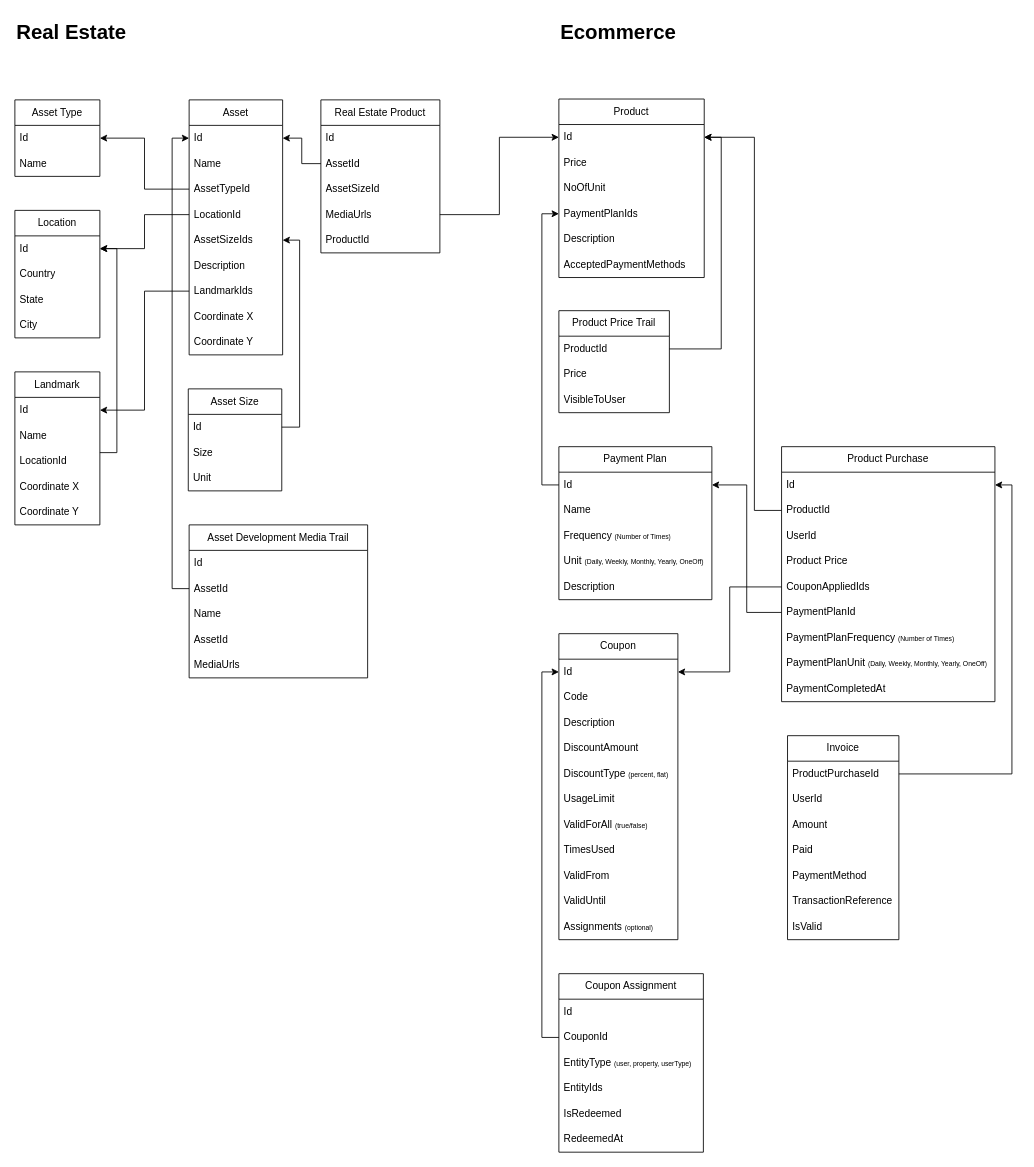
The draw.io diagram sellperty.drawio in isaac-code/diagrams, before the edit. Source tidied: cells renumbered, new cells numbered last; positions are measured from the earlier drawing's top-left corner, leaving out a move shared by most shapes. Both pictures are drawn from the tidied source at 85%, with x=0, y=0 at pixel (14, 14).
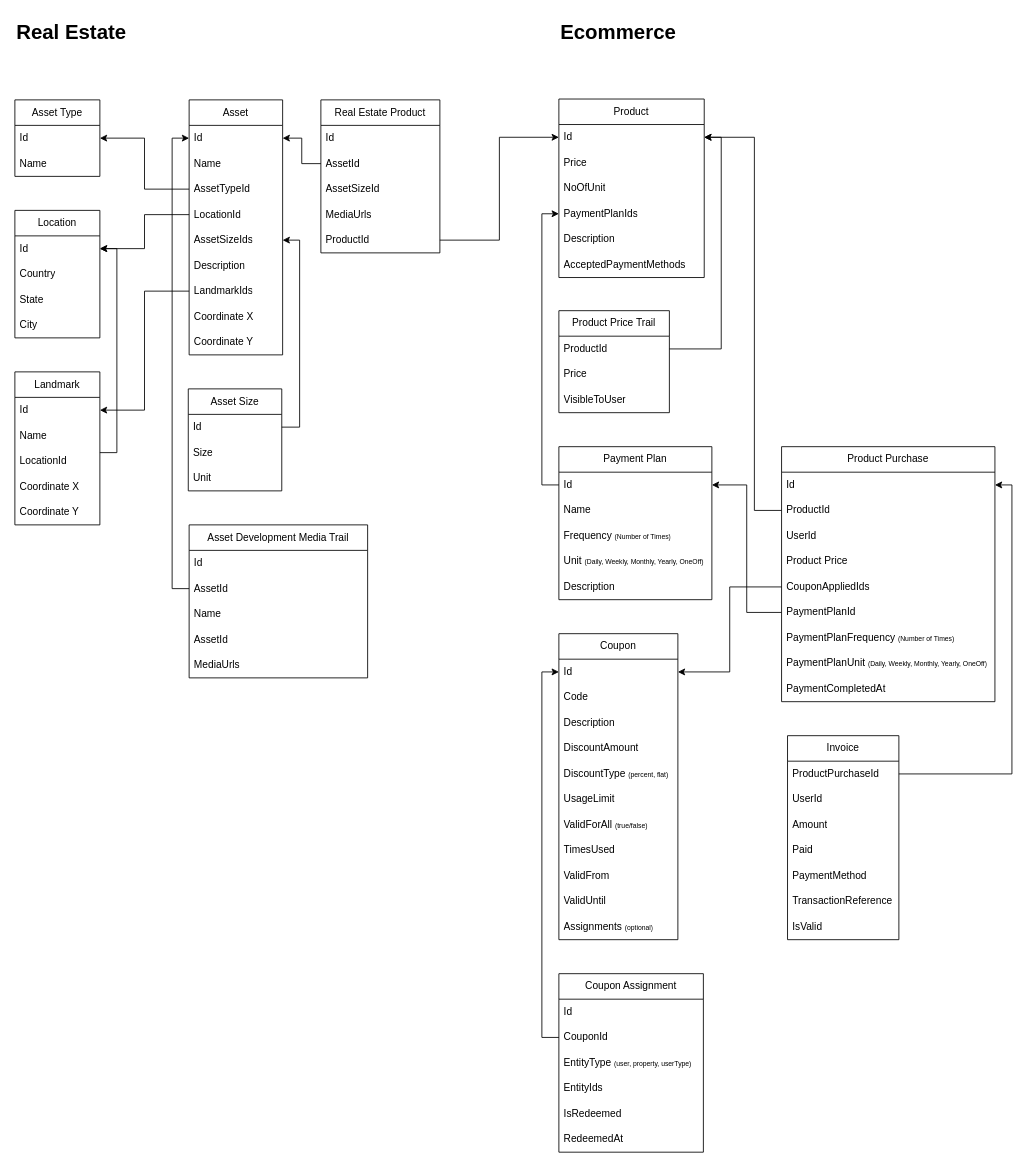
Above is the later version.

Unchanged cells that the change refers to:
```xml
<mxCell id="31" value="Id" style="text;strokeColor=none;fillColor=none;align=left;verticalAlign=middle;spacingLeft=4;spacingRight=4;overflow=hidden;points=[[0,0.5],[1,0.5]];portConstraint=eastwest;whiteSpace=wrap;html=1;" parent="30" vertex="1">
  <mxGeometry y="30" width="171" height="30" as="geometry" />
</mxCell>
<mxCell id="96" value="MediaUrls" style="text;strokeColor=none;fillColor=none;align=left;verticalAlign=middle;spacingLeft=4;spacingRight=4;overflow=hidden;points=[[0,0.5],[1,0.5]];portConstraint=eastwest;whiteSpace=wrap;html=1;" parent="92" vertex="1">
  <mxGeometry y="120" width="140" height="30" as="geometry" />
</mxCell>
<mxCell id="97" value="ProductId" style="text;strokeColor=none;fillColor=none;align=left;verticalAlign=middle;spacingLeft=4;spacingRight=4;overflow=hidden;points=[[0,0.5],[1,0.5]];portConstraint=eastwest;whiteSpace=wrap;html=1;" parent="92" vertex="1">
  <mxGeometry y="150" width="140" height="30" as="geometry" />
</mxCell>
```

The edit, as a diff of the source:
```diff
@@
-    <mxCell id="102" style="edgeStyle=orthogonalEdgeStyle;rounded=0;jettySize=auto;html=1;entryX=0;entryY=0.5;entryDx=0;entryDy=0;" parent="1" edge="1" source="96" target="31">
-      <mxGeometry relative="1" as="geometry" />
-    </mxCell>
@@
+    <mxCell id="113" style="edgeStyle=orthogonalEdgeStyle;rounded=0;jettySize=auto;html=1;entryX=0;entryY=0.5;entryDx=0;entryDy=0;" parent="1" edge="1" source="97" target="31">
+      <mxGeometry relative="1" as="geometry" />
+    </mxCell>
```
